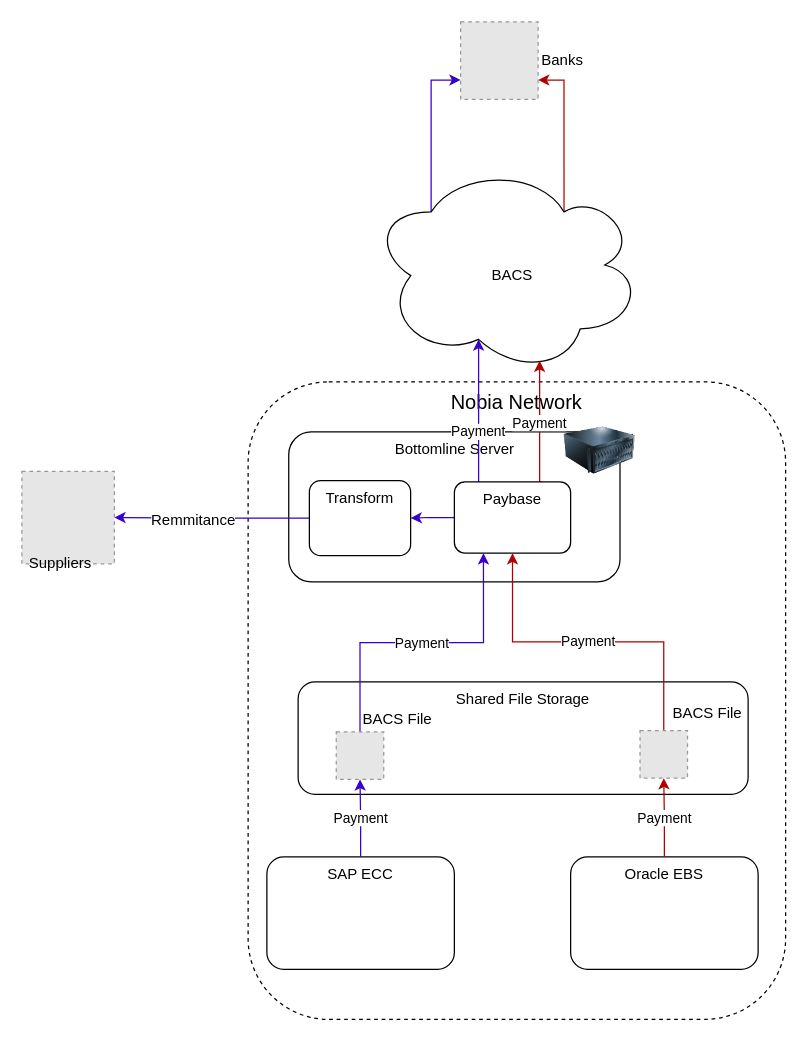
The draw.io diagram page "Bottomline- Start" (3 of 9) of Bottomline.drawio in mrf742002/Diagrams, before the edit. Source tidied: cells renumbered, new cells numbered last; positions are measured from the earlier drawing's top-left corner, leaving out a move shared by most shapes. Both pictures are drawn from the tidied source at 125%, with x=0, y=0 at pixel (21, 21). Pictures stored in the file or linked from it are replaced by grey dashed boxes.
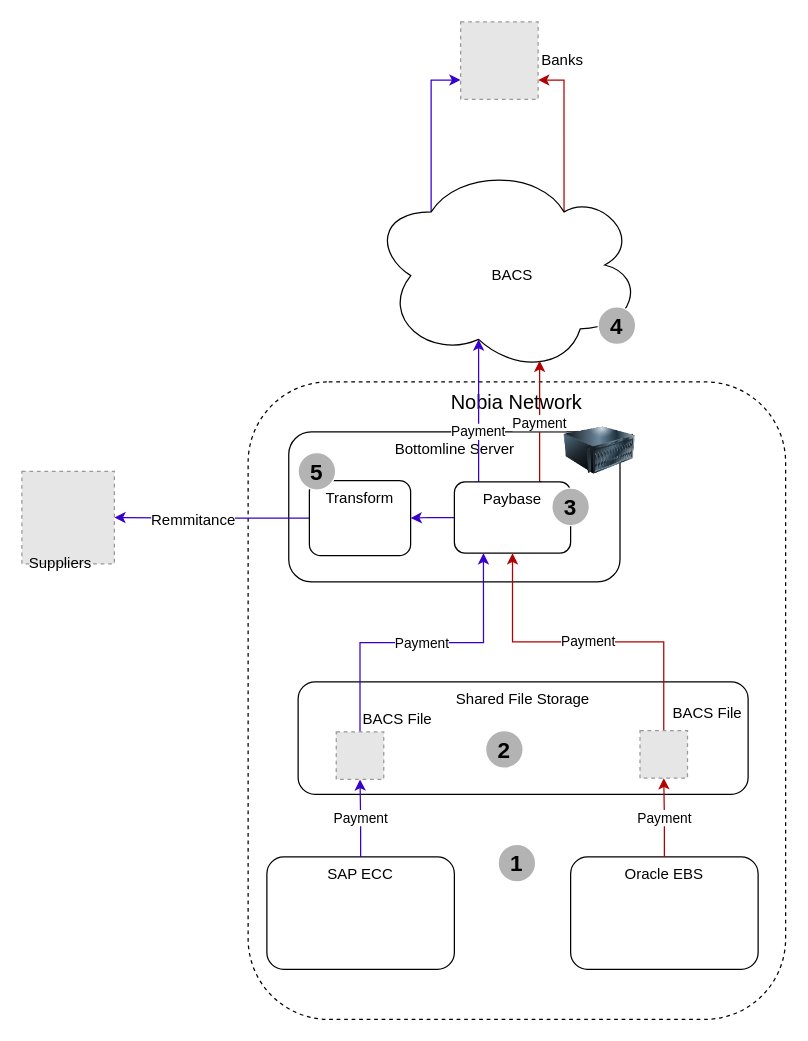
Above is the later version.

What changed in the source:
```diff
@@
+    <mxCell id="30" value="&lt;b&gt;&lt;font style=&quot;font-size: 18px&quot;&gt;1&lt;/font&gt;&lt;/b&gt;" style="ellipse;whiteSpace=wrap;html=1;strokeColor=#FFFFFF;fillColor=#B3B3B3;fontSize=20;" parent="1" vertex="1">
+      <mxGeometry x="381" y="658" width="30" height="30" as="geometry" />
+    </mxCell>
+    <mxCell id="31" value="&lt;b&gt;&lt;font style=&quot;font-size: 18px&quot;&gt;2&lt;/font&gt;&lt;/b&gt;" style="ellipse;whiteSpace=wrap;html=1;strokeColor=#FFFFFF;fillColor=#B3B3B3;fontSize=20;" parent="1" vertex="1">
+      <mxGeometry x="371" y="567" width="30" height="30" as="geometry" />
+    </mxCell>
+    <mxCell id="32" value="&lt;b&gt;&lt;font style=&quot;font-size: 18px&quot;&gt;3&lt;/font&gt;&lt;/b&gt;" style="ellipse;whiteSpace=wrap;html=1;strokeColor=#FFFFFF;fillColor=#B3B3B3;fontSize=20;" parent="1" vertex="1">
+      <mxGeometry x="424" y="373" width="30" height="30" as="geometry" />
+    </mxCell>
+    <mxCell id="33" value="&lt;b&gt;&lt;font style=&quot;font-size: 18px&quot;&gt;4&lt;/font&gt;&lt;/b&gt;" style="ellipse;whiteSpace=wrap;html=1;strokeColor=#FFFFFF;fillColor=#B3B3B3;fontSize=20;" parent="1" vertex="1">
+      <mxGeometry x="461" y="228" width="30" height="30" as="geometry" />
+    </mxCell>
+    <mxCell id="34" value="&lt;b&gt;&lt;font style=&quot;font-size: 18px&quot;&gt;5&lt;/font&gt;&lt;/b&gt;" style="ellipse;whiteSpace=wrap;html=1;strokeColor=#FFFFFF;fillColor=#B3B3B3;fontSize=20;" parent="1" vertex="1">
+      <mxGeometry x="221" y="344.5" width="30" height="30" as="geometry" />
+    </mxCell>
```
